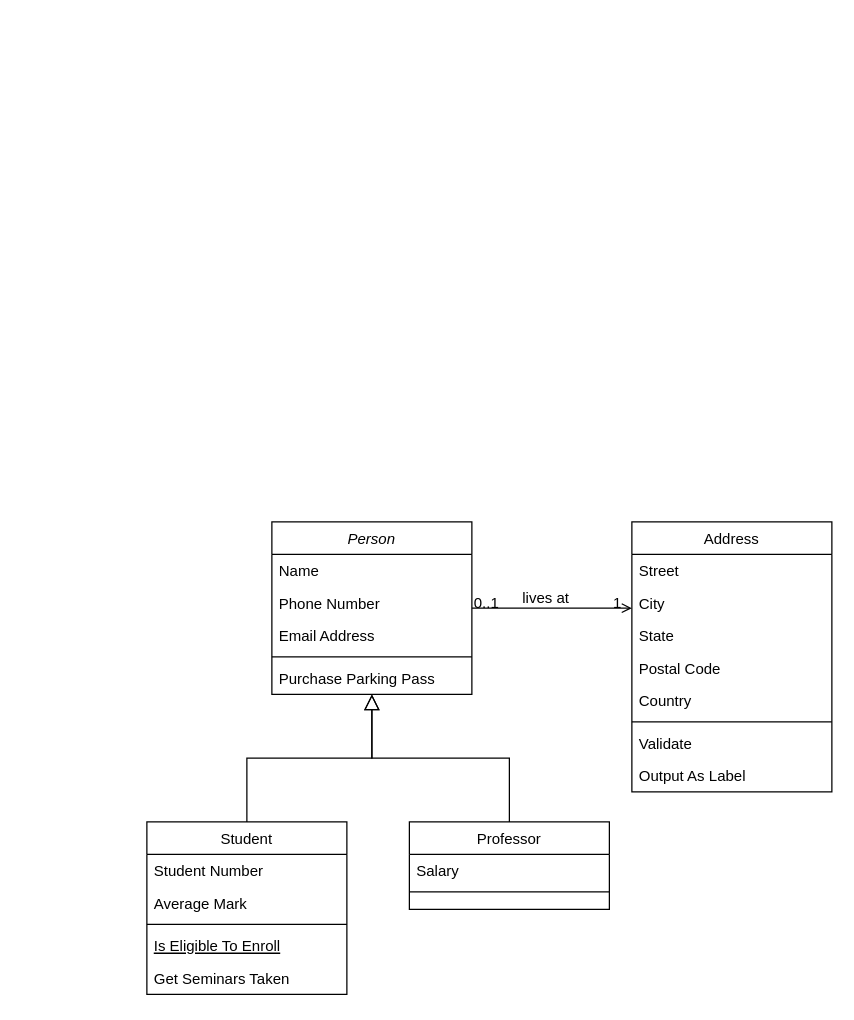
Before: Diagram bez názvu.drawio in AlicePom/C-2_Project-Hykal-by-Zrni, a draw.io diagram. Source tidied: cells renumbered, new cells numbered last; positions are measured from the earlier drawing's top-left corner, leaving out a move shared by most shapes. Both pictures are drawn from the tidied source at 125%, with x=0, y=0 at pixel (146, 521).
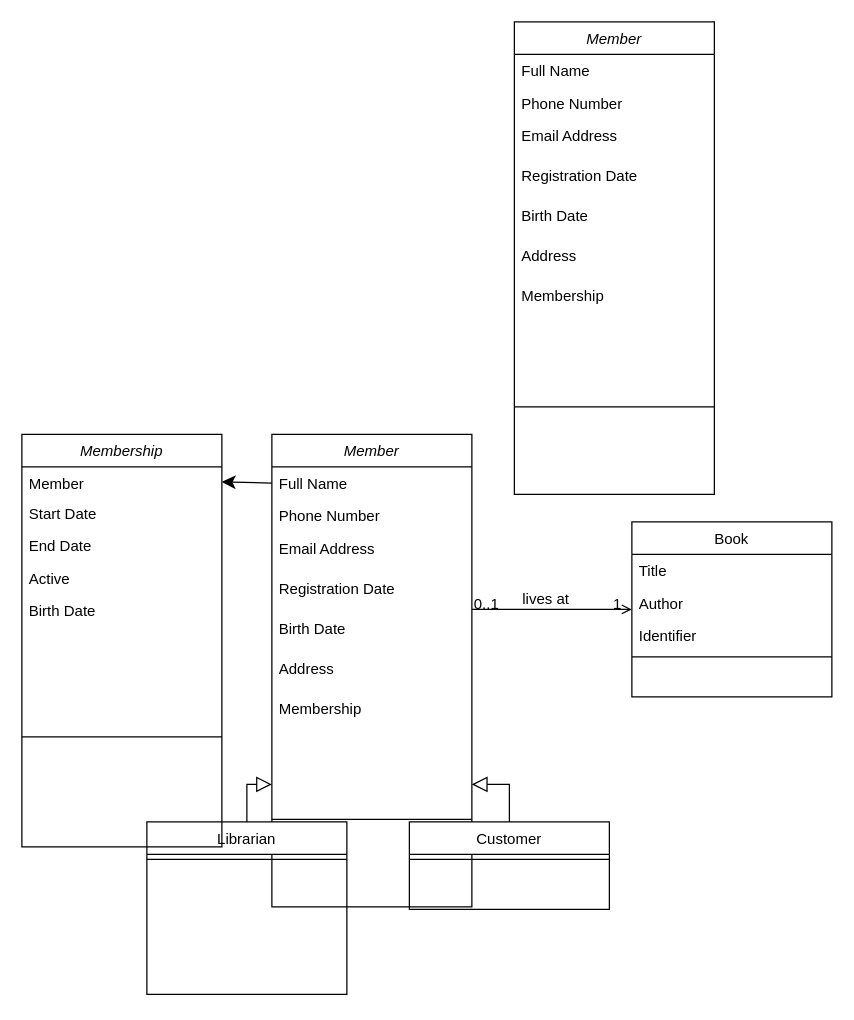
The same diagram, later.

The edit, as a diff of the source:
```diff
@@
-    <mxCell id="2" value="Person" style="swimlane;fontStyle=2;align=center;verticalAlign=top;horizontal=1;startSize=26;rounded=0;shadow=0;strokeWidth=1;" parent="1" vertex="1">
-      <mxGeometry x="100" width="160" height="138" as="geometry" />
+    <mxCell id="2" value="Member" style="swimlane;fontStyle=2;align=center;verticalAlign=top;horizontal=1;startSize=26;rounded=0;shadow=0;strokeWidth=1;" parent="1" vertex="1">
+      <mxGeometry x="100" y="-70" width="160" height="378" as="geometry" />
     </mxCell>
-    <mxCell id="3" value="Name" style="text;align=left;verticalAlign=top;spacingLeft=4;spacingRight=4;overflow=hidden;points=[[0,0.5],[1,0.5]];portConstraint=eastwest;" parent="2" vertex="1">
+    <mxCell id="3" value="Full Name" style="text;align=left;verticalAlign=top;spacingLeft=4;spacingRight=4;overflow=hidden;points=[[0,0.5],[1,0.5]];portConstraint=eastwest;" parent="2" vertex="1">
       <mxGeometry y="26" width="160" height="26" as="geometry" />
     </mxCell>
@@
     <mxCell id="5" value="Email Address" style="text;align=left;verticalAlign=top;spacingLeft=4;spacingRight=4;overflow=hidden;rounded=0;shadow=0;html=0;" parent="2" vertex="1">
-      <mxGeometry y="78" width="160" height="26" as="geometry" />
+      <mxGeometry y="78" width="160" height="32" as="geometry" />
     </mxCell>
+    <mxCell id="32" value="Registration Date" style="text;align=left;verticalAlign=top;spacingLeft=4;spacingRight=4;overflow=hidden;rounded=0;shadow=0;html=0;" parent="2" vertex="1">
+      <mxGeometry y="110" width="160" height="32" as="geometry" />
+    </mxCell>
+    <mxCell id="33" value="Birth Date" style="text;align=left;verticalAlign=top;spacingLeft=4;spacingRight=4;overflow=hidden;rounded=0;shadow=0;html=0;" parent="2" vertex="1">
+      <mxGeometry y="142" width="160" height="32" as="geometry" />
+    </mxCell>
+    <mxCell id="34" value="Address" style="text;align=left;verticalAlign=top;spacingLeft=4;spacingRight=4;overflow=hidden;rounded=0;shadow=0;html=0;" parent="2" vertex="1">
+      <mxGeometry y="174" width="160" height="32" as="geometry" />
+    </mxCell>
+    <mxCell id="35" value="Membership" style="text;align=left;verticalAlign=top;spacingLeft=4;spacingRight=4;overflow=hidden;rounded=0;shadow=0;html=0;" parent="2" vertex="1">
+      <mxGeometry y="206" width="160" height="32" as="geometry" />
+    </mxCell>
+    <mxCell id="36" style="edgeStyle=none;curved=1;rounded=0;jettySize=auto;html=1;exitX=0.5;exitY=1;exitDx=0;exitDy=0;fontSize=12;startSize=8;endSize=8;" parent="2" edge="1" source="2" target="6">
+      <mxGeometry relative="1" as="geometry" />
+    </mxCell>
     <mxCell id="6" style="line;html=1;strokeWidth=1;align=left;verticalAlign=middle;spacingTop=-1;spacingLeft=3;spacingRight=3;labelPosition=right;points=[];portConstraint=eastwest;" parent="2" vertex="1">
-      <mxGeometry y="104" width="160" height="8" as="geometry" />
+      <mxGeometry y="238" width="160" height="140" as="geometry" />
     </mxCell>
-    <mxCell id="7" value="Purchase Parking Pass" style="text;align=left;verticalAlign=top;spacingLeft=4;spacingRight=4;overflow=hidden;" parent="2" vertex="1">
-      <mxGeometry y="112" width="160" height="26" as="geometry" />
-    </mxCell>
-    <mxCell id="8" value="Student" style="swimlane;fontStyle=0;align=center;verticalAlign=top;horizontal=1;startSize=26;rounded=0;shadow=0;strokeWidth=1;" parent="1" vertex="1">
+    <mxCell id="8" value="Librarian" style="swimlane;fontStyle=0;align=center;verticalAlign=top;horizontal=1;startSize=26;rounded=0;shadow=0;strokeWidth=1;" parent="1" vertex="1">
       <mxGeometry y="240" width="160" height="138" as="geometry" />
     </mxCell>
-    <mxCell id="9" value="Student Number" style="text;align=left;verticalAlign=top;spacingLeft=4;spacingRight=4;overflow=hidden;" parent="8" vertex="1">
-      <mxGeometry y="26" width="160" height="26" as="geometry" />
-    </mxCell>
-    <mxCell id="10" value="Average Mark" style="text;align=left;verticalAlign=top;spacingLeft=4;spacingRight=4;overflow=hidden;rounded=0;shadow=0;html=0;" parent="8" vertex="1">
-      <mxGeometry y="52" width="160" height="26" as="geometry" />
-    </mxCell>
     <mxCell id="11" style="line;html=1;strokeWidth=1;align=left;verticalAlign=middle;spacingTop=-1;spacingLeft=3;spacingRight=3;labelPosition=right;" parent="8" vertex="1">
-      <mxGeometry y="78" width="160" height="8" as="geometry" />
+      <mxGeometry y="26" width="160" height="8" as="geometry" />
     </mxCell>
-    <mxCell id="12" value="Is Eligible To Enroll" style="text;align=left;verticalAlign=top;spacingLeft=4;spacingRight=4;overflow=hidden;fontStyle=4;" parent="8" vertex="1">
-      <mxGeometry y="86" width="160" height="26" as="geometry" />
-    </mxCell>
-    <mxCell id="13" value="Get Seminars Taken" style="text;align=left;verticalAlign=top;spacingLeft=4;spacingRight=4;overflow=hidden;" parent="8" vertex="1">
-      <mxGeometry y="112" width="160" height="26" as="geometry" />
-    </mxCell>
     <mxCell id="14" style="endArrow=block;endSize=10;endFill=0;shadow=0;strokeWidth=1;rounded=0;curved=0;edgeStyle=elbowEdgeStyle;elbow=vertical;" parent="1" edge="1" source="8" target="2">
-      <mxGeometry relative="1" as="geometry" />
+      <mxGeometry relative="1" as="geometry">
+        <Array as="points">
+          <mxPoint x="170" y="210" />
+        </Array>
+      </mxGeometry>
     </mxCell>
-    <mxCell id="15" value="Professor" style="swimlane;fontStyle=0;align=center;verticalAlign=top;horizontal=1;startSize=26;rounded=0;shadow=0;strokeWidth=1;" parent="1" vertex="1">
+    <mxCell id="15" value="Customer" style="swimlane;fontStyle=0;align=center;verticalAlign=top;horizontal=1;startSize=26;rounded=0;shadow=0;strokeWidth=1;" parent="1" vertex="1">
       <mxGeometry x="210" y="240" width="160" height="70" as="geometry" />
     </mxCell>
-    <mxCell id="16" value="Salary" style="text;align=left;verticalAlign=top;spacingLeft=4;spacingRight=4;overflow=hidden;" parent="15" vertex="1">
-      <mxGeometry y="26" width="160" height="26" as="geometry" />
-    </mxCell>
     <mxCell id="17" style="line;html=1;strokeWidth=1;align=left;verticalAlign=middle;spacingTop=-1;spacingLeft=3;spacingRight=3;labelPosition=right;" parent="15" vertex="1">
-      <mxGeometry y="52" width="160" height="8" as="geometry" />
+      <mxGeometry y="26" width="160" height="8" as="geometry" />
     </mxCell>
     <mxCell id="18" style="endArrow=block;endSize=10;endFill=0;shadow=0;strokeWidth=1;rounded=0;curved=0;edgeStyle=elbowEdgeStyle;elbow=vertical;" parent="1" edge="1" source="15" target="2">
-      <mxGeometry relative="1" as="geometry" />
+      <mxGeometry relative="1" as="geometry">
+        <Array as="points">
+          <mxPoint x="200" y="210" />
+        </Array>
+      </mxGeometry>
     </mxCell>
-    <mxCell id="19" value="Address" style="swimlane;fontStyle=0;align=center;verticalAlign=top;horizontal=1;startSize=26;rounded=0;shadow=0;strokeWidth=1;" parent="1" vertex="1">
-      <mxGeometry x="388" width="160" height="216" as="geometry" />
+    <mxCell id="19" value="Book" style="swimlane;fontStyle=0;align=center;verticalAlign=top;horizontal=1;startSize=26;rounded=0;shadow=0;strokeWidth=1;" parent="1" vertex="1">
+      <mxGeometry x="388" width="160" height="140" as="geometry" />
     </mxCell>
-    <mxCell id="20" value="Street" style="text;align=left;verticalAlign=top;spacingLeft=4;spacingRight=4;overflow=hidden;" parent="19" vertex="1">
+    <mxCell id="20" value="Title" style="text;align=left;verticalAlign=top;spacingLeft=4;spacingRight=4;overflow=hidden;" parent="19" vertex="1">
       <mxGeometry y="26" width="160" height="26" as="geometry" />
     </mxCell>
-    <mxCell id="21" value="City" style="text;align=left;verticalAlign=top;spacingLeft=4;spacingRight=4;overflow=hidden;rounded=0;shadow=0;html=0;" parent="19" vertex="1">
+    <mxCell id="21" value="Author" style="text;align=left;verticalAlign=top;spacingLeft=4;spacingRight=4;overflow=hidden;rounded=0;shadow=0;html=0;" parent="19" vertex="1">
       <mxGeometry y="52" width="160" height="26" as="geometry" />
     </mxCell>
-    <mxCell id="22" value="State" style="text;align=left;verticalAlign=top;spacingLeft=4;spacingRight=4;overflow=hidden;rounded=0;shadow=0;html=0;" parent="19" vertex="1">
+    <mxCell id="22" value="Identifier" style="text;align=left;verticalAlign=top;spacingLeft=4;spacingRight=4;overflow=hidden;rounded=0;shadow=0;html=0;" parent="19" vertex="1">
       <mxGeometry y="78" width="160" height="26" as="geometry" />
     </mxCell>
-    <mxCell id="23" value="Postal Code" style="text;align=left;verticalAlign=top;spacingLeft=4;spacingRight=4;overflow=hidden;rounded=0;shadow=0;html=0;" parent="19" vertex="1">
-      <mxGeometry y="104" width="160" height="26" as="geometry" />
-    </mxCell>
-    <mxCell id="24" value="Country" style="text;align=left;verticalAlign=top;spacingLeft=4;spacingRight=4;overflow=hidden;rounded=0;shadow=0;html=0;" parent="19" vertex="1">
-      <mxGeometry y="130" width="160" height="26" as="geometry" />
-    </mxCell>
     <mxCell id="25" style="line;html=1;strokeWidth=1;align=left;verticalAlign=middle;spacingTop=-1;spacingLeft=3;spacingRight=3;labelPosition=right;" parent="19" vertex="1">
-      <mxGeometry y="156" width="160" height="8" as="geometry" />
+      <mxGeometry y="104" width="160" height="8" as="geometry" />
     </mxCell>
-    <mxCell id="26" value="Validate" style="text;align=left;verticalAlign=top;spacingLeft=4;spacingRight=4;overflow=hidden;" parent="19" vertex="1">
-      <mxGeometry y="164" width="160" height="26" as="geometry" />
-    </mxCell>
-    <mxCell id="27" value="Output As Label" style="text;align=left;verticalAlign=top;spacingLeft=4;spacingRight=4;overflow=hidden;" parent="19" vertex="1">
-      <mxGeometry y="190" width="160" height="26" as="geometry" />
-    </mxCell>
@@
+    <mxCell id="37" value="Membership" style="swimlane;fontStyle=2;align=center;verticalAlign=top;horizontal=1;startSize=26;rounded=0;shadow=0;strokeWidth=1;" parent="1" vertex="1">
+      <mxGeometry x="-100" y="-70" width="160" height="330" as="geometry" />
+    </mxCell>
+    <mxCell id="38" value="Member" style="text;align=left;verticalAlign=top;spacingLeft=4;spacingRight=4;overflow=hidden;points=[[0,0.5],[1,0.5]];portConstraint=eastwest;" parent="37" vertex="1">
+      <mxGeometry y="26" width="160" height="24" as="geometry" />
+    </mxCell>
+    <mxCell id="39" value="Start Date" style="text;align=left;verticalAlign=top;spacingLeft=4;spacingRight=4;overflow=hidden;rounded=0;shadow=0;html=0;" parent="37" vertex="1">
+      <mxGeometry y="50" width="160" height="26" as="geometry" />
+    </mxCell>
+    <mxCell id="40" value="End Date" style="text;align=left;verticalAlign=top;spacingLeft=4;spacingRight=4;overflow=hidden;rounded=0;shadow=0;html=0;" parent="37" vertex="1">
+      <mxGeometry y="76" width="160" height="26" as="geometry" />
+    </mxCell>
+    <mxCell id="41" value="Active" style="text;align=left;verticalAlign=top;spacingLeft=4;spacingRight=4;overflow=hidden;rounded=0;shadow=0;html=0;" parent="37" vertex="1">
+      <mxGeometry y="102" width="160" height="26" as="geometry" />
+    </mxCell>
+    <mxCell id="42" value="Birth Date" style="text;align=left;verticalAlign=top;spacingLeft=4;spacingRight=4;overflow=hidden;rounded=0;shadow=0;html=0;" parent="37" vertex="1">
+      <mxGeometry y="128" width="160" height="26" as="geometry" />
+    </mxCell>
+    <mxCell id="43" style="line;html=1;strokeWidth=1;align=left;verticalAlign=middle;spacingTop=-1;spacingLeft=3;spacingRight=3;labelPosition=right;" parent="37" vertex="1">
+      <mxGeometry y="154" width="160" height="176" as="geometry" />
+    </mxCell>
+    <mxCell id="44" style="edgeStyle=none;curved=1;rounded=0;jettySize=auto;html=1;exitX=0;exitY=0.5;exitDx=0;exitDy=0;entryX=1;entryY=0.5;entryDx=0;entryDy=0;fontSize=12;startSize=8;endSize=8;" parent="1" edge="1" source="3" target="38">
+      <mxGeometry relative="1" as="geometry" />
+    </mxCell>
+    <mxCell id="45" value="Member" style="swimlane;fontStyle=2;align=center;verticalAlign=top;horizontal=1;startSize=26;rounded=0;shadow=0;strokeWidth=1;" parent="1" vertex="1">
+      <mxGeometry x="294" y="-400" width="160" height="378" as="geometry" />
+    </mxCell>
+    <mxCell id="46" value="Full Name" style="text;align=left;verticalAlign=top;spacingLeft=4;spacingRight=4;overflow=hidden;" parent="45" vertex="1">
+      <mxGeometry y="26" width="160" height="26" as="geometry" />
+    </mxCell>
+    <mxCell id="47" value="Phone Number" style="text;align=left;verticalAlign=top;spacingLeft=4;spacingRight=4;overflow=hidden;rounded=0;shadow=0;html=0;" parent="45" vertex="1">
+      <mxGeometry y="52" width="160" height="26" as="geometry" />
+    </mxCell>
+    <mxCell id="48" value="Email Address" style="text;align=left;verticalAlign=top;spacingLeft=4;spacingRight=4;overflow=hidden;rounded=0;shadow=0;html=0;" parent="45" vertex="1">
+      <mxGeometry y="78" width="160" height="32" as="geometry" />
+    </mxCell>
+    <mxCell id="49" value="Registration Date" style="text;align=left;verticalAlign=top;spacingLeft=4;spacingRight=4;overflow=hidden;rounded=0;shadow=0;html=0;" parent="45" vertex="1">
+      <mxGeometry y="110" width="160" height="32" as="geometry" />
+    </mxCell>
+    <mxCell id="50" value="Birth Date" style="text;align=left;verticalAlign=top;spacingLeft=4;spacingRight=4;overflow=hidden;rounded=0;shadow=0;html=0;" parent="45" vertex="1">
+      <mxGeometry y="142" width="160" height="32" as="geometry" />
+    </mxCell>
+    <mxCell id="51" value="Address" style="text;align=left;verticalAlign=top;spacingLeft=4;spacingRight=4;overflow=hidden;rounded=0;shadow=0;html=0;" parent="45" vertex="1">
+      <mxGeometry y="174" width="160" height="32" as="geometry" />
+    </mxCell>
+    <mxCell id="52" value="Membership" style="text;align=left;verticalAlign=top;spacingLeft=4;spacingRight=4;overflow=hidden;rounded=0;shadow=0;html=0;" parent="45" vertex="1">
+      <mxGeometry y="206" width="160" height="32" as="geometry" />
+    </mxCell>
+    <mxCell id="53" style="edgeStyle=none;curved=1;rounded=0;jettySize=auto;html=1;exitX=0.5;exitY=1;exitDx=0;exitDy=0;fontSize=12;startSize=8;endSize=8;" parent="45" edge="1" source="45" target="54">
+      <mxGeometry relative="1" as="geometry" />
+    </mxCell>
+    <mxCell id="54" style="line;html=1;strokeWidth=1;align=left;verticalAlign=middle;spacingTop=-1;spacingLeft=3;spacingRight=3;labelPosition=right;points=[];portConstraint=eastwest;" parent="45" vertex="1">
+      <mxGeometry y="238" width="160" height="140" as="geometry" />
+    </mxCell>
```
